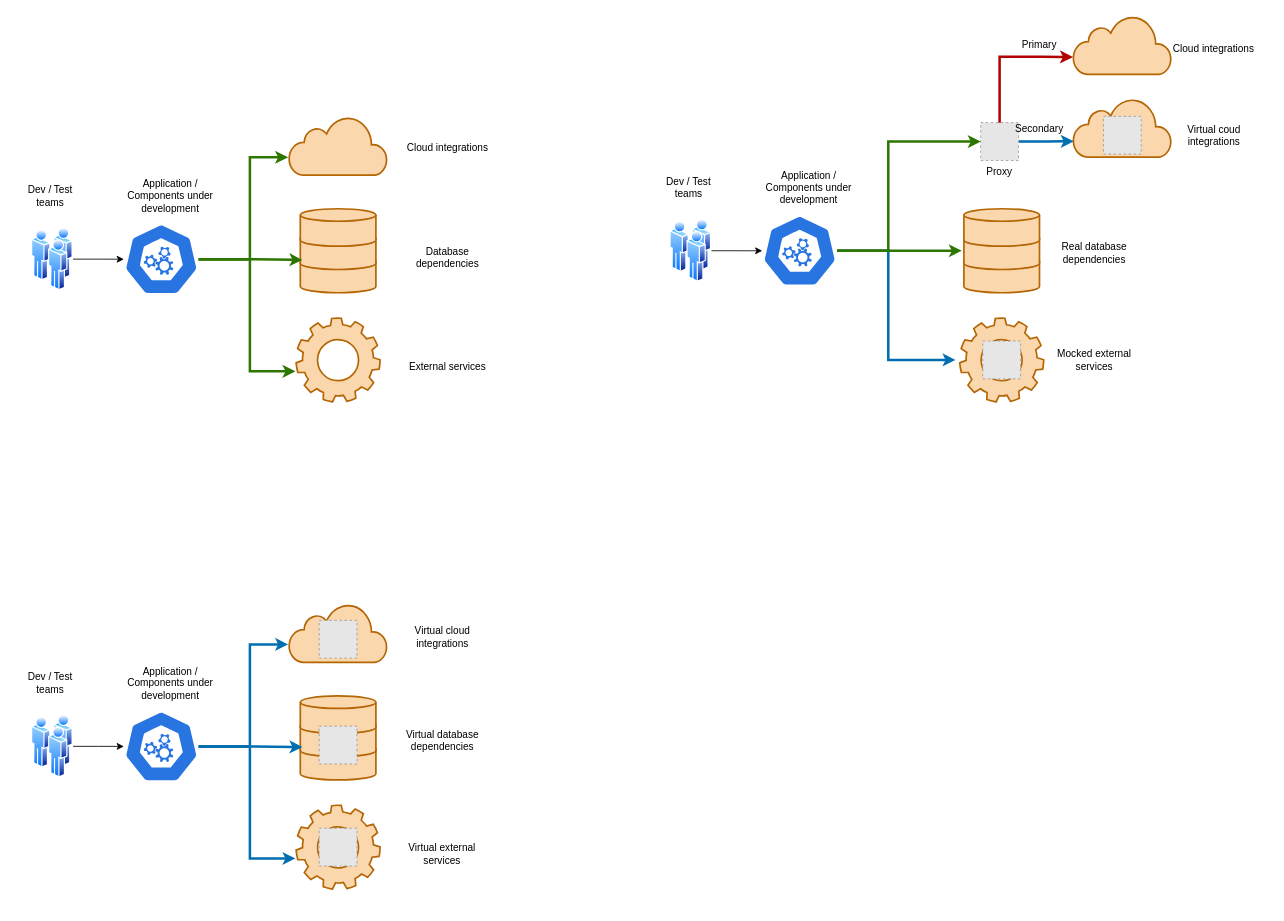
Above: sv-environments.drawio in gtrofimov/draw-io-projects (draw.io), before the change. Source tidied: cells renumbered, new cells numbered last; positions are measured from the earlier drawing's top-left corner, leaving out a move shared by most shapes. Both pictures are drawn from the tidied source at 84%, with x=0, y=0 at pixel (14, 15). Pictures stored in the file or linked from it are replaced by grey dashed boxes.
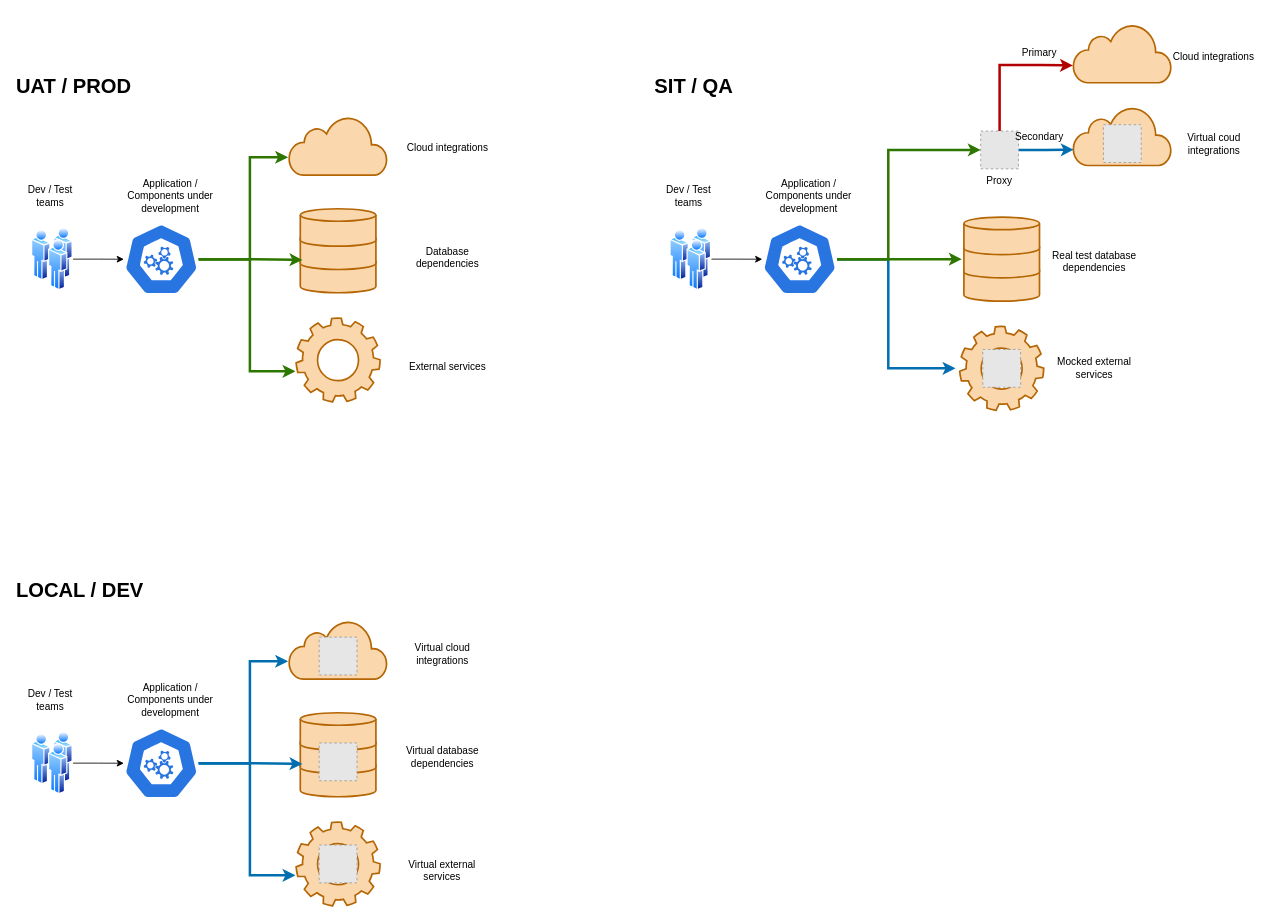
The same page after the edit.

Change to the diagram source:
```diff
@@
     <mxCell id="2" style="html=1;verticalLabelPosition=bottom;align=center;labelBackgroundColor=#ffffff;verticalAlign=top;strokeWidth=2;strokeColor=#b46504;shadow=0;dashed=0;shape=mxgraph.ios7.icons.cloud;fillColor=#fad7ac;" parent="1" vertex="1">
-      <mxGeometry x="1260" y="98.5" width="117.2" height="70" as="geometry" />
+      <mxGeometry x="1260" y="108.5" width="117.2" height="70" as="geometry" />
     </mxCell>
     <mxCell id="3" style="html=1;verticalLabelPosition=bottom;align=center;labelBackgroundColor=#ffffff;verticalAlign=top;strokeWidth=2;strokeColor=#b46504;shadow=0;dashed=0;shape=mxgraph.ios7.icons.cloud;fillColor=#fad7ac;" parent="1" vertex="1">
-      <mxGeometry x="326.4" y="700" width="117.2" height="70" as="geometry" />
+      <mxGeometry x="326.4" y="720" width="117.2" height="70" as="geometry" />
     </mxCell>
@@
     <mxCell id="13" style="fillColor=#E6E6E6;strokeColor=#999999;dashed=1;verticalLabelPosition=bottom;verticalAlign=top;" parent="1" vertex="1">
-      <mxGeometry x="362.5" y="720" width="45" height="45" as="geometry" />
+      <mxGeometry x="362.5" y="740" width="45" height="45" as="geometry" />
     </mxCell>
@@
     <mxCell id="23" style="image;perimeter=ellipsePerimeter;html=1;align=center;shadow=0;dashed=0;spacingTop=3;image=img/lib/active_directory/users.svg;" parent="1" vertex="1">
-      <mxGeometry x="20" y="832.5" width="49.5" height="75" as="geometry" />
+      <mxGeometry x="20" y="852.5" width="49.5" height="75" as="geometry" />
     </mxCell>
     <mxCell id="24" value="Dev / Test teams" style="text;html=1;align=center;verticalAlign=middle;whiteSpace=wrap;rounded=0;" parent="1" vertex="1">
-      <mxGeometry y="780" width="85.2" height="30" as="geometry" />
+      <mxGeometry y="800" width="85.2" height="30" as="geometry" />
     </mxCell>
     <mxCell id="25" value="Application / Components under development" style="text;html=1;align=center;verticalAlign=middle;whiteSpace=wrap;rounded=0;" parent="1" vertex="1">
-      <mxGeometry x="120" y="765" width="131.4" height="60" as="geometry" />
+      <mxGeometry x="120" y="785" width="131.4" height="60" as="geometry" />
     </mxCell>
     <mxCell id="26" value="Virtual cloud integrations" style="text;html=1;align=center;verticalAlign=middle;whiteSpace=wrap;rounded=0;" parent="1" vertex="1">
-      <mxGeometry x="443.6" y="710" width="131.4" height="60" as="geometry" />
+      <mxGeometry x="443.6" y="730" width="131.4" height="60" as="geometry" />
     </mxCell>
     <mxCell id="27" value="Virtual database dependencies" style="text;html=1;align=center;verticalAlign=middle;whiteSpace=wrap;rounded=0;" parent="1" vertex="1">
-      <mxGeometry x="443.6" y="832.5" width="131.4" height="60" as="geometry" />
+      <mxGeometry x="443.6" y="852.5" width="131.4" height="60" as="geometry" />
     </mxCell>
     <mxCell id="28" value="Virtual external services" style="text;html=1;align=center;verticalAlign=middle;whiteSpace=wrap;rounded=0;" parent="1" vertex="1">
-      <mxGeometry x="459.3" y="967.5" width="100" height="60" as="geometry" />
+      <mxGeometry x="459.3" y="987.5" width="100" height="60" as="geometry" />
     </mxCell>
     <mxCell id="29" style="sketch=0;html=1;dashed=0;whitespace=wrap;verticalLabelPosition=bottom;verticalAlign=top;fillColor=#2875E2;strokeColor=#ffffff;points=[[0.005,0.63,0],[0.1,0.2,0],[0.9,0.2,0],[0.5,0,0],[0.995,0.63,0],[0.72,0.99,0],[0.5,1,0],[0.28,0.99,0]];shape=mxgraph.kubernetes.icon2;prIcon=api;" parent="1" vertex="1">
-      <mxGeometry x="130" y="827.3" width="89" height="85.5" as="geometry" />
+      <mxGeometry x="130" y="847.3" width="89" height="85.5" as="geometry" />
     </mxCell>
     <mxCell id="30" style="group;" parent="1" vertex="1">
-      <mxGeometry x="340" y="810" width="90" height="100" as="geometry" />
+      <mxGeometry x="340" y="830" width="90" height="100" as="geometry" />
     </mxCell>
@@
     <mxCell id="35" style="sketch=0;html=1;strokeColor=#b46504;shadow=0;fillColor=#fad7ac;verticalAlign=top;labelPosition=center;verticalLabelPosition=bottom;shape=mxgraph.gcp2.gear;strokeWidth=2;" parent="1" vertex="1">
-      <mxGeometry x="335" y="940" width="100" height="100" as="geometry" />
+      <mxGeometry x="335" y="960" width="100" height="100" as="geometry" />
     </mxCell>
     <mxCell id="36" style="edgeStyle=orthogonalEdgeStyle;rounded=0;jettySize=auto;html=1;entryX=-0.008;entryY=0.696;entryDx=0;entryDy=0;entryPerimeter=0;strokeWidth=3;fillColor=#1ba1e2;strokeColor=#006EAF;" parent="1" edge="1" source="29" target="3">
       <mxGeometry relative="1" as="geometry">
         <Array as="points">
-          <mxPoint x="280" y="870" />
-          <mxPoint x="280" y="749" />
+          <mxPoint x="280" y="890" />
+          <mxPoint x="280" y="769" />
         </Array>
       </mxGeometry>
     </mxCell>
@@
     <mxCell id="38" style="edgeStyle=orthogonalEdgeStyle;rounded=0;jettySize=auto;html=1;entryX=-0.008;entryY=0.635;entryDx=0;entryDy=0;entryPerimeter=0;strokeWidth=3;fillColor=#1ba1e2;strokeColor=#006EAF;" parent="1" edge="1" source="29" target="35">
       <mxGeometry relative="1" as="geometry">
         <Array as="points">
-          <mxPoint x="280" y="870" />
-          <mxPoint x="280" y="1003" />
+          <mxPoint x="280" y="890" />
+          <mxPoint x="280" y="1023" />
         </Array>
       </mxGeometry>
     </mxCell>
     <mxCell id="39" style="fillColor=#E6E6E6;strokeColor=#999999;dashed=1;verticalLabelPosition=bottom;verticalAlign=top;" parent="1" vertex="1">
-      <mxGeometry x="362.5" y="967.5" width="45" height="45" as="geometry" />
+      <mxGeometry x="362.5" y="987.5" width="45" height="45" as="geometry" />
     </mxCell>
     <mxCell id="40" style="html=1;verticalLabelPosition=bottom;align=center;labelBackgroundColor=#ffffff;verticalAlign=top;strokeWidth=2;strokeColor=#b46504;shadow=0;dashed=0;shape=mxgraph.ios7.icons.cloud;fillColor=#fad7ac;" parent="1" vertex="1">
-      <mxGeometry x="1260" width="117.2" height="70" as="geometry" />
+      <mxGeometry x="1260" y="10" width="117.2" height="70" as="geometry" />
     </mxCell>
@@
     <mxCell id="42" value="Proxy" style="fillColor=#E6E6E6;strokeColor=#999999;dashed=1;verticalLabelPosition=bottom;verticalAlign=top;" parent="1" vertex="1">
-      <mxGeometry x="1150" y="127.5" width="45" height="45" as="geometry" />
+      <mxGeometry x="1150" y="137.5" width="45" height="45" as="geometry" />
     </mxCell>
@@
     <mxCell id="44" style="image;perimeter=ellipsePerimeter;html=1;align=center;shadow=0;dashed=0;spacingTop=3;image=img/lib/active_directory/users.svg;" parent="1" vertex="1">
-      <mxGeometry x="780" y="242.5" width="49.5" height="75" as="geometry" />
+      <mxGeometry x="780" y="252.5" width="49.5" height="75" as="geometry" />
     </mxCell>
     <mxCell id="45" value="Dev / Test teams" style="text;html=1;align=center;verticalAlign=middle;whiteSpace=wrap;rounded=0;" parent="1" vertex="1">
-      <mxGeometry x="760" y="190" width="85.2" height="30" as="geometry" />
+      <mxGeometry x="760" y="200" width="85.2" height="30" as="geometry" />
     </mxCell>
     <mxCell id="46" value="Application / Components under development" style="text;html=1;align=center;verticalAlign=middle;whiteSpace=wrap;rounded=0;" parent="1" vertex="1">
-      <mxGeometry x="880" y="175" width="131.4" height="60" as="geometry" />
+      <mxGeometry x="880" y="185" width="131.4" height="60" as="geometry" />
     </mxCell>
     <mxCell id="47" value="Cloud integrations" style="text;html=1;align=center;verticalAlign=middle;whiteSpace=wrap;rounded=0;" parent="1" vertex="1">
-      <mxGeometry x="1362.3" y="10" width="131.4" height="60" as="geometry" />
+      <mxGeometry x="1362.3" y="20" width="131.4" height="60" as="geometry" />
     </mxCell>
-    <mxCell id="48" value="Real database dependencies" style="text;html=1;align=center;verticalAlign=middle;whiteSpace=wrap;rounded=0;" parent="1" vertex="1">
-      <mxGeometry x="1220" y="252.5" width="131.4" height="60" as="geometry" />
+    <mxCell id="48" value="Real test database dependencies" style="text;html=1;align=center;verticalAlign=middle;whiteSpace=wrap;rounded=0;" parent="1" vertex="1">
+      <mxGeometry x="1220" y="262.5" width="131.4" height="60" as="geometry" />
     </mxCell>
     <mxCell id="49" value="Mocked external services" style="text;html=1;align=center;verticalAlign=middle;whiteSpace=wrap;rounded=0;rotation=0;" parent="1" vertex="1">
-      <mxGeometry x="1220" y="380" width="131.4" height="60" as="geometry" />
+      <mxGeometry x="1220" y="390" width="131.4" height="60" as="geometry" />
     </mxCell>
     <mxCell id="50" style="edgeStyle=orthogonalEdgeStyle;rounded=0;jettySize=auto;html=1;fillColor=#1ba1e2;strokeColor=#006EAF;strokeWidth=3;" parent="1" edge="1" source="51">
       <mxGeometry relative="1" as="geometry">
-        <mxPoint x="1120" y="410" as="targetPoint" />
+        <mxPoint x="1120" y="420" as="targetPoint" />
         <Array as="points">
-          <mxPoint x="1040" y="280" />
-          <mxPoint x="1040" y="410" />
+          <mxPoint x="1040" y="290" />
+          <mxPoint x="1040" y="420" />
         </Array>
       </mxGeometry>
     </mxCell>
     <mxCell id="51" style="sketch=0;html=1;dashed=0;whitespace=wrap;verticalLabelPosition=bottom;verticalAlign=top;fillColor=#2875E2;strokeColor=#ffffff;points=[[0.005,0.63,0],[0.1,0.2,0],[0.9,0.2,0],[0.5,0,0],[0.995,0.63,0],[0.72,0.99,0],[0.5,1,0],[0.28,0.99,0]];shape=mxgraph.kubernetes.icon2;prIcon=api;" parent="1" vertex="1">
-      <mxGeometry x="890" y="237.3" width="89" height="85.5" as="geometry" />
+      <mxGeometry x="890" y="247.3" width="89" height="85.5" as="geometry" />
     </mxCell>
     <mxCell id="52" style="group;" parent="1" vertex="1">
-      <mxGeometry x="1130" y="230" width="90" height="100" as="geometry" />
+      <mxGeometry x="1130" y="240" width="90" height="100" as="geometry" />
     </mxCell>
@@
     <mxCell id="56" style="sketch=0;html=1;strokeColor=#b46504;shadow=0;fillColor=#fad7ac;verticalAlign=top;labelPosition=center;verticalLabelPosition=bottom;shape=mxgraph.gcp2.gear;strokeWidth=2;" parent="1" vertex="1">
-      <mxGeometry x="1125" y="360" width="100" height="100" as="geometry" />
+      <mxGeometry x="1125" y="370" width="100" height="100" as="geometry" />
     </mxCell>
     <mxCell id="57" style="edgeStyle=orthogonalEdgeStyle;rounded=0;jettySize=auto;html=1;entryX=0;entryY=0.5;entryDx=0;entryDy=0;fillColor=#60a917;strokeColor=#2D7600;strokeWidth=3;" parent="1" edge="1" source="51" target="42">
       <mxGeometry relative="1" as="geometry">
         <Array as="points">
-          <mxPoint x="1040" y="280" />
-          <mxPoint x="1040" y="150" />
-          <mxPoint x="1127" y="150" />
+          <mxPoint x="1040" y="290" />
+          <mxPoint x="1040" y="160" />
+          <mxPoint x="1127" y="160" />
         </Array>
       </mxGeometry>
     </mxCell>
     <mxCell id="58" style="edgeStyle=orthogonalEdgeStyle;rounded=0;jettySize=auto;html=1;entryX=0;entryY=0.5;entryDx=0;entryDy=0;fillColor=#60a917;strokeColor=#2D7600;strokeWidth=3;" parent="1" edge="1" source="51">
       <mxGeometry relative="1" as="geometry">
-        <mxPoint x="1127.5" y="280" as="targetPoint" />
+        <mxPoint x="1127.5" y="290" as="targetPoint" />
       </mxGeometry>
     </mxCell>
     <mxCell id="59" style="edgeStyle=orthogonalEdgeStyle;rounded=0;jettySize=auto;html=1;" parent="1" edge="1" source="60" target="56">
       <mxGeometry relative="1" as="geometry">
         <Array as="points">
-          <mxPoint x="1150" y="360" />
+          <mxPoint x="1150" y="370" />
         </Array>
       </mxGeometry>
     </mxCell>
     <mxCell id="60" style="fillColor=#E6E6E6;strokeColor=#999999;dashed=1;verticalLabelPosition=bottom;verticalAlign=top;" parent="1" vertex="1">
-      <mxGeometry x="1152.5" y="387.5" width="45" height="45" as="geometry" />
+      <mxGeometry x="1152.5" y="397.5" width="45" height="45" as="geometry" />
     </mxCell>
     <mxCell id="61" style="edgeStyle=orthogonalEdgeStyle;rounded=0;jettySize=auto;html=1;entryX=-0.002;entryY=0.706;entryDx=0;entryDy=0;entryPerimeter=0;fillColor=#e51400;strokeColor=#B20000;strokeWidth=3;" parent="1" edge="1" source="42" target="40">
       <mxGeometry relative="1" as="geometry">
         <Array as="points">
-          <mxPoint x="1173" y="49" />
-          <mxPoint x="1221" y="49" />
+          <mxPoint x="1173" y="59" />
+          <mxPoint x="1221" y="59" />
         </Array>
       </mxGeometry>
     </mxCell>
     <mxCell id="62" style="fillColor=#E6E6E6;strokeColor=#999999;dashed=1;verticalLabelPosition=bottom;verticalAlign=top;" parent="1" vertex="1">
-      <mxGeometry x="1296.1" y="120" width="45" height="45" as="geometry" />
+      <mxGeometry x="1296.1" y="130" width="45" height="45" as="geometry" />
     </mxCell>
     <mxCell id="63" value="Virtual coud integrations" style="text;html=1;align=center;verticalAlign=middle;whiteSpace=wrap;rounded=0;" parent="1" vertex="1">
-      <mxGeometry x="1370" y="112.5" width="116.1" height="60" as="geometry" />
+      <mxGeometry x="1370" y="122.5" width="116.1" height="60" as="geometry" />
     </mxCell>
     <mxCell id="64" value="Primary" style="text;html=1;whiteSpace=wrap;strokeColor=none;fillColor=none;align=center;verticalAlign=middle;rounded=0;" parent="1" vertex="1">
-      <mxGeometry x="1190" y="20" width="60" height="30" as="geometry" />
+      <mxGeometry x="1190" y="30" width="60" height="30" as="geometry" />
     </mxCell>
     <mxCell id="65" value="Secondary" style="text;html=1;whiteSpace=wrap;strokeColor=none;fillColor=none;align=center;verticalAlign=middle;rounded=0;" parent="1" vertex="1">
-      <mxGeometry x="1190" y="120" width="60" height="30" as="geometry" />
+      <mxGeometry x="1190" y="130" width="60" height="30" as="geometry" />
     </mxCell>
+    <mxCell id="66" value="&lt;h1&gt;UAT / PROD&lt;/h1&gt;" style="text;html=1;whiteSpace=wrap;strokeColor=none;fillColor=none;align=left;verticalAlign=middle;rounded=0;" parent="1" vertex="1">
+      <mxGeometry y="50" width="160" height="70" as="geometry" />
+    </mxCell>
+    <mxCell id="67" value="&lt;h1&gt;SIT / QA&lt;/h1&gt;" style="text;html=1;whiteSpace=wrap;strokeColor=none;fillColor=none;align=left;verticalAlign=middle;rounded=0;" parent="1" vertex="1">
+      <mxGeometry x="760" y="50" width="160" height="70" as="geometry" />
+    </mxCell>
+    <mxCell id="68" value="&lt;h1&gt;LOCAL / DEV&lt;/h1&gt;" style="text;html=1;whiteSpace=wrap;strokeColor=none;fillColor=none;align=left;verticalAlign=middle;rounded=0;" parent="1" vertex="1">
+      <mxGeometry y="650" width="160" height="70" as="geometry" />
+    </mxCell>
```
